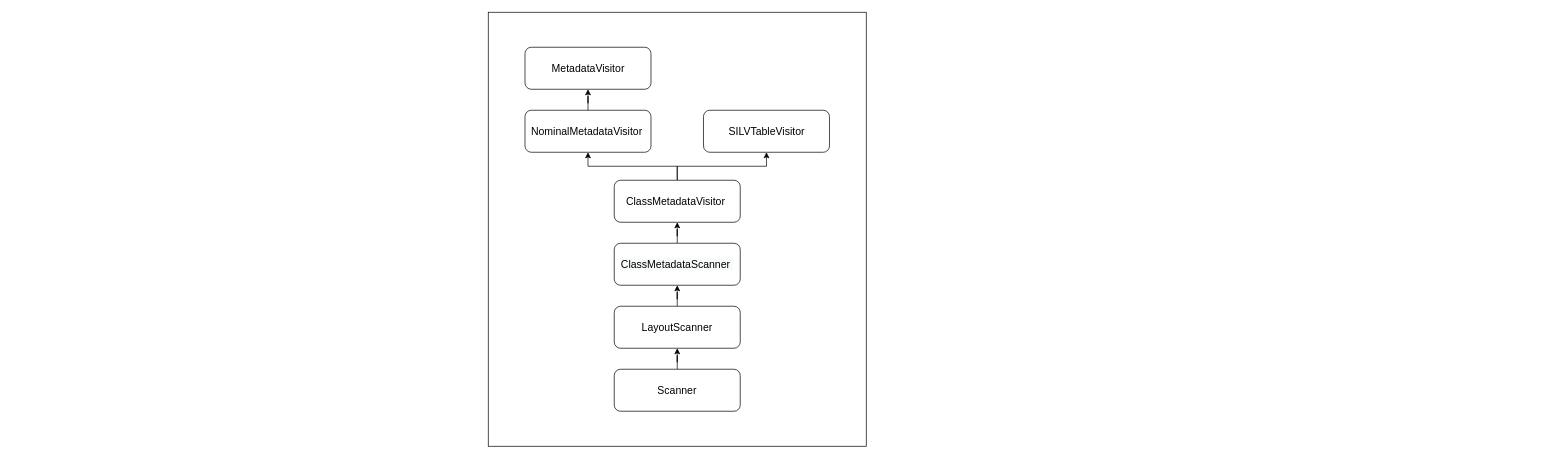
This is ClassDescriptor.drawio from star-j/Flowchart, a draw.io file, before an edit. Source tidied: cells renumbered, new cells numbered last; positions are measured from the earlier drawing's top-left corner, leaving out a move shared by most shapes. Both pictures are drawn from the tidied source at 70%, with x=0, y=0 at pixel (488, 12).
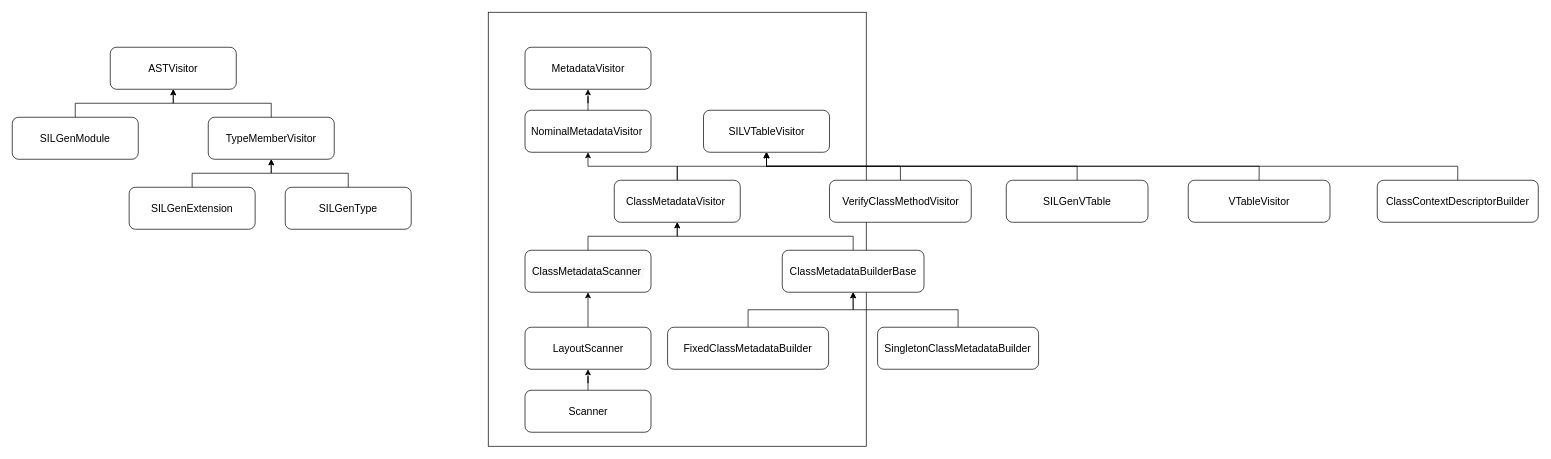
The same page after the edit.

Unchanged cells that the change refers to:
```xml
<mxCell id="11" value="&lt;span&gt;ClassMetadataVisitor&amp;nbsp;&lt;/span&gt;" style="whiteSpace=wrap;html=1;fontSize=15;rounded=1;" parent="1" vertex="1">
  <mxGeometry x="180" y="240" width="180" height="60" as="geometry" />
</mxCell>
<mxCell id="14" value="SILVTableVisitor" style="whiteSpace=wrap;html=1;fontSize=15;rounded=1;" parent="1" vertex="1">
  <mxGeometry x="307.5" y="140" width="180" height="60" as="geometry" />
</mxCell>
```

The edit, as a diff of the source:
```diff
@@
     <mxCell id="4" value="&lt;span&gt;Scanner&lt;/span&gt;" style="rounded=1;whiteSpace=wrap;html=1;fontSize=15;" parent="1" vertex="1">
-      <mxGeometry x="180" y="510" width="180" height="60" as="geometry" />
+      <mxGeometry x="52.5" y="540" width="180" height="60" as="geometry" />
     </mxCell>
@@
     <mxCell id="6" value="&lt;span&gt;LayoutScanner&lt;/span&gt;" style="whiteSpace=wrap;html=1;fontSize=15;rounded=1;" parent="1" vertex="1">
-      <mxGeometry x="180" y="420" width="180" height="60" as="geometry" />
+      <mxGeometry x="52.5" y="450" width="180" height="60" as="geometry" />
     </mxCell>
-    <mxCell id="7" style="edgeStyle=orthogonalEdgeStyle;rounded=0;jettySize=auto;html=1;fontSize=15;" parent="1" edge="1" source="8" target="11">
+    <mxCell id="7" style="edgeStyle=orthogonalEdgeStyle;rounded=0;jettySize=auto;html=1;fontSize=15;entryX=0.5;entryY=1;entryDx=0;entryDy=0;" parent="1" edge="1" source="8" target="11">
       <mxGeometry relative="1" as="geometry" />
     </mxCell>
     <mxCell id="8" value="&lt;span style=&quot;color: rgb(0, 0, 0); font-family: helvetica; font-size: 15px; font-style: normal; font-weight: normal; letter-spacing: normal; text-align: center; text-indent: 0px; text-transform: none; word-spacing: 0px; background-color: rgb(248, 249, 250); text-decoration: none; display: inline; float: none;&quot;&gt;ClassMetadataScanner&lt;span class=&quot;Apple-converted-space&quot;&gt;&amp;nbsp;&lt;/span&gt;&lt;/span&gt;" style="whiteSpace=wrap;html=1;fontSize=15;rounded=1;" parent="1" vertex="1">
-      <mxGeometry x="180" y="330" width="180" height="60" as="geometry" />
+      <mxGeometry x="52.5" y="340" width="180" height="60" as="geometry" />
     </mxCell>
@@
+    <mxCell id="16" style="edgeStyle=orthogonalEdgeStyle;rounded=0;jettySize=auto;html=1;exitX=0.5;exitY=0;exitDx=0;exitDy=0;entryX=0.5;entryY=1;entryDx=0;entryDy=0;" parent="1" edge="1" source="17" target="11">
+      <mxGeometry relative="1" as="geometry" />
+    </mxCell>
+    <mxCell id="17" value="ClassMetadataBuilderBase" style="whiteSpace=wrap;html=1;fontSize=15;rounded=1;" parent="1" vertex="1">
+      <mxGeometry x="420" y="340" width="202.5" height="60" as="geometry" />
+    </mxCell>
+    <mxCell id="18" style="edgeStyle=orthogonalEdgeStyle;rounded=0;jettySize=auto;html=1;exitX=0.5;exitY=0;exitDx=0;exitDy=0;entryX=0.5;entryY=1;entryDx=0;entryDy=0;" parent="1" edge="1" source="19" target="17">
+      <mxGeometry relative="1" as="geometry" />
+    </mxCell>
+    <mxCell id="19" value="FixedClassMetadataBuilder" style="whiteSpace=wrap;html=1;fontSize=15;rounded=1;" parent="1" vertex="1">
+      <mxGeometry x="256.2" y="450" width="230" height="60" as="geometry" />
+    </mxCell>
+    <mxCell id="20" style="edgeStyle=orthogonalEdgeStyle;rounded=0;jettySize=auto;html=1;exitX=0.5;exitY=0;exitDx=0;exitDy=0;entryX=0.5;entryY=1;entryDx=0;entryDy=0;" parent="1" edge="1" source="21" target="17">
+      <mxGeometry relative="1" as="geometry" />
+    </mxCell>
+    <mxCell id="21" value="SingletonClassMetadataBuilder" style="whiteSpace=wrap;html=1;fontSize=15;rounded=1;" parent="1" vertex="1">
+      <mxGeometry x="556.2" y="450" width="230" height="60" as="geometry" />
+    </mxCell>
+    <mxCell id="22" style="edgeStyle=orthogonalEdgeStyle;rounded=0;jettySize=auto;html=1;exitX=0.5;exitY=0;exitDx=0;exitDy=0;entryX=0.5;entryY=1;entryDx=0;entryDy=0;" parent="1" edge="1" source="23" target="14">
+      <mxGeometry relative="1" as="geometry" />
+    </mxCell>
+    <mxCell id="23" value="VerifyClassMethodVisitor" style="whiteSpace=wrap;html=1;fontSize=15;rounded=1;" parent="1" vertex="1">
+      <mxGeometry x="487.5" y="240" width="202.5" height="60" as="geometry" />
+    </mxCell>
+    <mxCell id="24" style="edgeStyle=orthogonalEdgeStyle;rounded=0;jettySize=auto;html=1;exitX=0.5;exitY=0;exitDx=0;exitDy=0;entryX=0.5;entryY=1;entryDx=0;entryDy=0;" parent="1" edge="1" source="25" target="14">
+      <mxGeometry relative="1" as="geometry" />
+    </mxCell>
+    <mxCell id="25" value="SILGenVTable" style="whiteSpace=wrap;html=1;fontSize=15;rounded=1;" parent="1" vertex="1">
+      <mxGeometry x="740" y="240" width="202.5" height="60" as="geometry" />
+    </mxCell>
+    <mxCell id="26" style="edgeStyle=orthogonalEdgeStyle;rounded=0;jettySize=auto;html=1;exitX=0.5;exitY=0;exitDx=0;exitDy=0;entryX=0.5;entryY=1;entryDx=0;entryDy=0;" parent="1" edge="1" source="27" target="14">
+      <mxGeometry relative="1" as="geometry" />
+    </mxCell>
+    <mxCell id="27" value="VTableVisitor" style="whiteSpace=wrap;html=1;fontSize=15;rounded=1;" parent="1" vertex="1">
+      <mxGeometry x="1000" y="240" width="202.5" height="60" as="geometry" />
+    </mxCell>
+    <mxCell id="28" style="edgeStyle=orthogonalEdgeStyle;rounded=0;jettySize=auto;html=1;exitX=0.5;exitY=0;exitDx=0;exitDy=0;entryX=0.5;entryY=1;entryDx=0;entryDy=0;" parent="1" edge="1" source="29" target="14">
+      <mxGeometry relative="1" as="geometry" />
+    </mxCell>
+    <mxCell id="29" value="ClassContextDescriptorBuilder" style="whiteSpace=wrap;html=1;fontSize=15;rounded=1;" parent="1" vertex="1">
+      <mxGeometry x="1270" y="240" width="230" height="60" as="geometry" />
+    </mxCell>
+    <mxCell id="30" value="ASTVisitor" style="whiteSpace=wrap;html=1;fontSize=15;rounded=1;" parent="1" vertex="1">
+      <mxGeometry x="-540" y="50" width="180" height="60" as="geometry" />
+    </mxCell>
+    <mxCell id="31" style="edgeStyle=orthogonalEdgeStyle;rounded=0;jettySize=auto;html=1;exitX=0.5;exitY=0;exitDx=0;exitDy=0;entryX=0.5;entryY=1;entryDx=0;entryDy=0;" parent="1" edge="1" source="32" target="30">
+      <mxGeometry relative="1" as="geometry" />
+    </mxCell>
+    <mxCell id="32" value="TypeMemberVisitor" style="whiteSpace=wrap;html=1;fontSize=15;rounded=1;" parent="1" vertex="1">
+      <mxGeometry x="-400" y="150" width="180" height="60" as="geometry" />
+    </mxCell>
+    <mxCell id="33" style="edgeStyle=orthogonalEdgeStyle;rounded=0;jettySize=auto;html=1;exitX=0.5;exitY=0;exitDx=0;exitDy=0;entryX=0.5;entryY=1;entryDx=0;entryDy=0;" parent="1" edge="1" source="34" target="32">
+      <mxGeometry relative="1" as="geometry" />
+    </mxCell>
+    <mxCell id="34" value="SILGenType" style="whiteSpace=wrap;html=1;fontSize=15;rounded=1;" parent="1" vertex="1">
+      <mxGeometry x="-290" y="250" width="180" height="60" as="geometry" />
+    </mxCell>
+    <mxCell id="35" style="edgeStyle=orthogonalEdgeStyle;rounded=0;jettySize=auto;html=1;exitX=0.5;exitY=0;exitDx=0;exitDy=0;entryX=0.5;entryY=1;entryDx=0;entryDy=0;" parent="1" edge="1" source="36" target="32">
+      <mxGeometry relative="1" as="geometry" />
+    </mxCell>
+    <mxCell id="36" value="SILGenExtension" style="whiteSpace=wrap;html=1;fontSize=15;rounded=1;" parent="1" vertex="1">
+      <mxGeometry x="-513" y="250" width="180" height="60" as="geometry" />
+    </mxCell>
+    <mxCell id="37" style="edgeStyle=orthogonalEdgeStyle;rounded=0;jettySize=auto;html=1;exitX=0.5;exitY=0;exitDx=0;exitDy=0;entryX=0.5;entryY=1;entryDx=0;entryDy=0;" parent="1" edge="1" source="38" target="30">
+      <mxGeometry relative="1" as="geometry" />
+    </mxCell>
+    <mxCell id="38" value="SILGenModule" style="whiteSpace=wrap;html=1;fontSize=15;rounded=1;" parent="1" vertex="1">
+      <mxGeometry x="-680" y="150" width="180" height="60" as="geometry" />
+    </mxCell>
```
